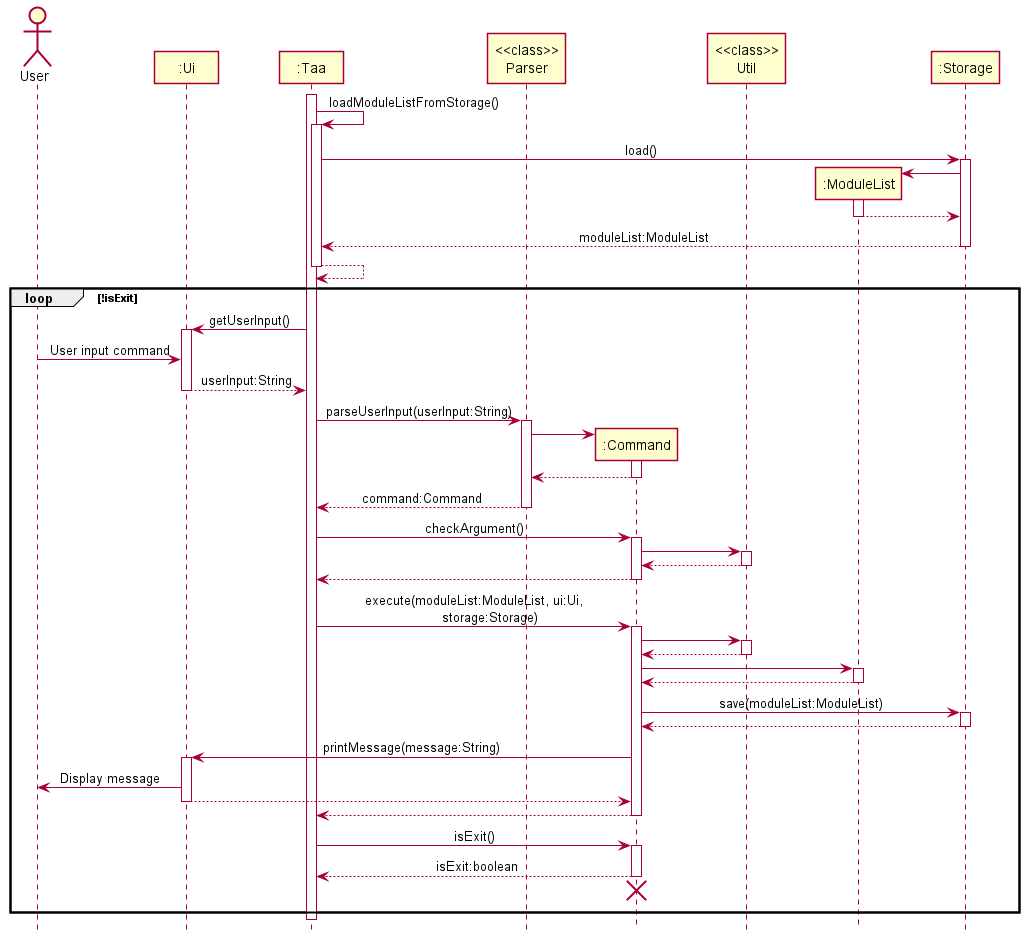
The PlantUML diagram docs/diagrams/ArchitectureSequenceDiagram.png in nus-cs2113-AY2122S1/tp, before a commit. The source it was exported from:
```plantuml
@startuml
!include style.puml

Actor User as user
Participant ":Ui" as ui
Participant ":Taa" as taa
Participant "<<class>>\nParser" as parser
Participant ":Command" as command
Participant "<<class>>\nUtil" as util
Participant ":ModuleList" as moduleList
Participant ":Storage" as storage

activate taa

taa -> taa : loadModuleListFromStorage()
activate taa

taa -> storage : load()
activate storage

create moduleList
storage -> moduleList
activate moduleList
moduleList --> storage
deactivate moduleList

storage --> taa : moduleList:ModuleList
deactivate storage

taa --> taa
deactivate taa

loop !isExit
taa -> ui : getUserInput()
activate ui

user -> ui : User input command
ui --> taa : userInput:String
deactivate ui

taa -> parser : parseUserInput(userInput:String)
activate parser

create command
parser -> command
activate command
command --> parser
deactivate command

parser --> taa : command:Command
deactivate parser

taa -> command : checkArgument()
activate command

command -> util
activate util
util --> command
deactivate util

command --> taa
deactivate command

taa -> command : execute(moduleList:ModuleList, ui:Ui,\n\tstorage:Storage)
activate command

command -> util
activate util
util --> command
deactivate util

command -> moduleList
activate moduleList
moduleList --> command
deactivate moduleList

command -> storage : save(moduleList:ModuleList)
activate storage
storage --> command
deactivate storage

command -> ui : printMessage(message:String)
activate ui
ui -> user : Display message
ui --> command
deactivate ui

command --> taa
deactivate command

taa -> command : isExit()
activate command
command --> taa : isExit:boolean
deactivate command

taa -[hidden]-> command
destroy command
taa -[hidden]-> command

end
deactivate taa

@enduml
```
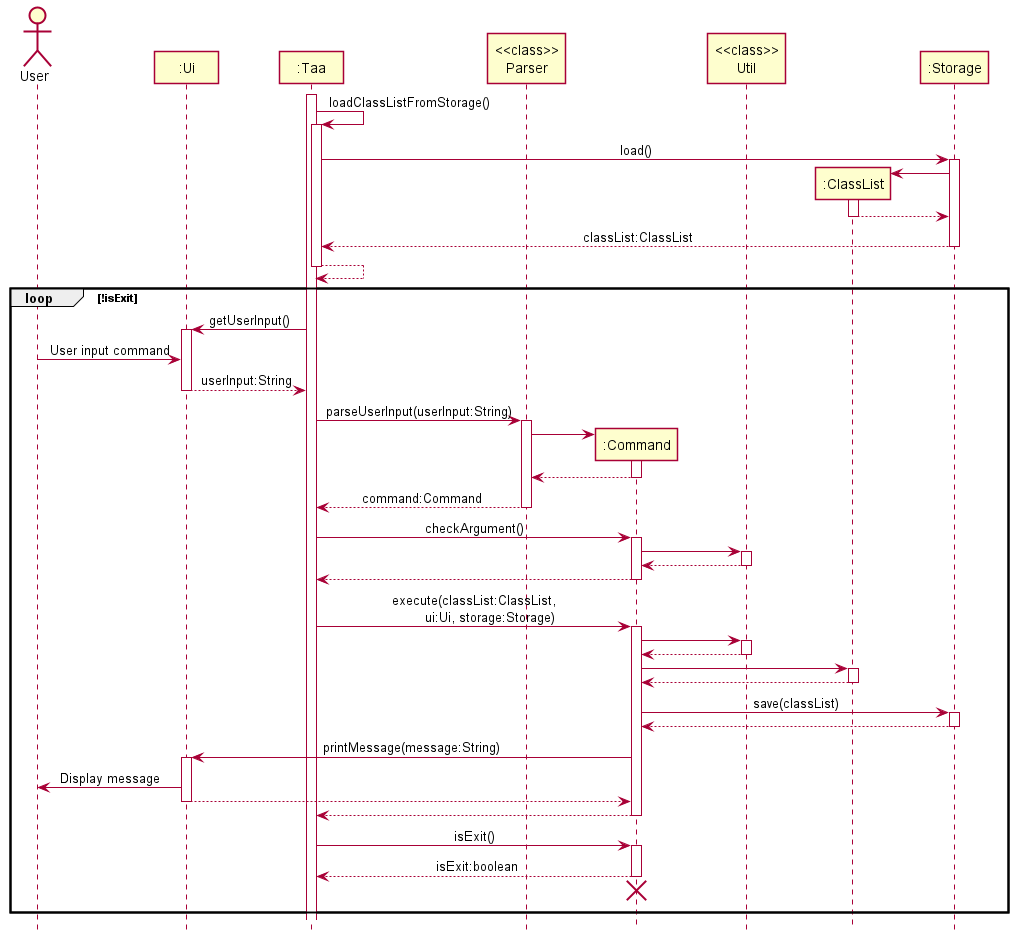
The same diagram one commit later.

The edit, as a diff of the source:
```diff
@@ -7,24 +7,24 @@
 Participant "<<class>>\nParser" as parser
 Participant ":Command" as command
 Participant "<<class>>\nUtil" as util
-Participant ":ModuleList" as moduleList
+Participant ":ClassList" as classList
 Participant ":Storage" as storage
 
 activate taa
 
-taa -> taa : loadModuleListFromStorage()
+taa -> taa : loadClassListFromStorage()
 activate taa
 
 taa -> storage : load()
 activate storage
 
-create moduleList
-storage -> moduleList
-activate moduleList
-moduleList --> storage
-deactivate moduleList
+create classList
+storage -> classList
+activate classList
+classList --> storage
+deactivate classList
 
-storage --> taa : moduleList:ModuleList
+storage --> taa : classList:ClassList
 deactivate storage
 
 taa --> taa
@@ -61,7 +61,7 @@
 command --> taa
 deactivate command
 
-taa -> command : execute(moduleList:ModuleList, ui:Ui,\n\tstorage:Storage)
+taa -> command : execute(classList:ClassList,\n\tui:Ui, storage:Storage)
 activate command
 
 command -> util
@@ -69,12 +69,12 @@
 util --> command
 deactivate util
 
-command -> moduleList
-activate moduleList
-moduleList --> command
-deactivate moduleList
+command -> classList
+activate classList
+classList --> command
+deactivate classList
 
-command -> storage : save(moduleList:ModuleList)
+command -> storage : save(classList)
 activate storage
 storage --> command
 deactivate storage
@@ -98,6 +98,5 @@
 taa -[hidden]-> command
 
 end
-deactivate taa
 
 @enduml
```
